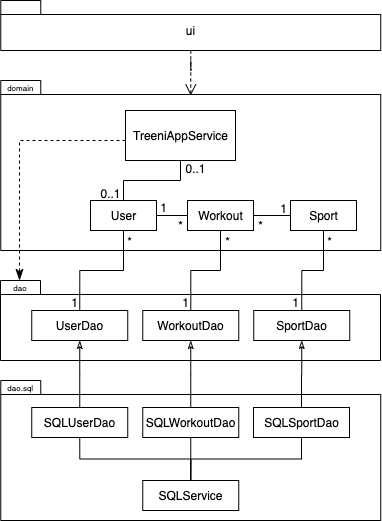
Above: dokumentaatio/kuvat/pakkauskaavio.png in teemuoksanen/ot-harjoitustyo (draw.io), before the change. Source tidied: cells renumbered, new cells last; positions are measured from the earlier drawing's top-left corner, leaving out a move shared by most shapes.
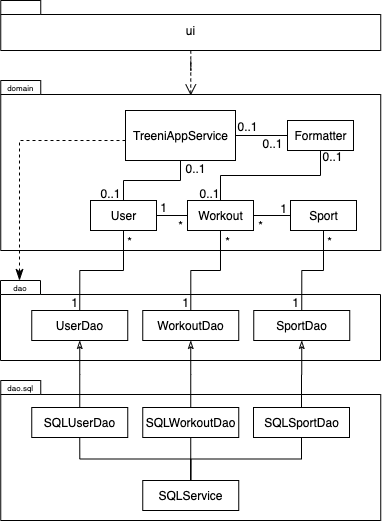
Above is the later version.

What changed in the source:
```diff
@@ -162,5 +162,34 @@
     <mxCell id="45" value="SQLSportDao" style="html=1;fontSize=12;" parent="1" vertex="1">
       <mxGeometry x="253" y="407" width="96" height="30" as="geometry" />
     </mxCell>
+    <mxCell id="46" style="edgeStyle=orthogonalEdgeStyle;rounded=0;jettySize=auto;html=1;exitX=0;exitY=0.5;exitDx=0;exitDy=0;entryX=1;entryY=0.5;entryDx=0;entryDy=0;endArrow=none;endFill=0;" parent="1" edge="1" source="48" target="9">
+      <mxGeometry relative="1" as="geometry" />
+    </mxCell>
+    <mxCell id="47" style="edgeStyle=orthogonalEdgeStyle;rounded=0;jettySize=auto;html=1;exitX=0.5;exitY=1;exitDx=0;exitDy=0;entryX=0.5;entryY=0;entryDx=0;entryDy=0;endArrow=none;endFill=0;" parent="1" edge="1" source="48" target="13">
+      <mxGeometry relative="1" as="geometry" />
+    </mxCell>
+    <mxCell id="48" value="Formatter" style="html=1;fontSize=12;" parent="1" vertex="1">
+      <mxGeometry x="287" y="120" width="66" height="30" as="geometry" />
+    </mxCell>
+    <mxCell id="49" value="0..1" style="text;html=1;align=center;verticalAlign=middle;fontSize=12;" parent="1" vertex="1">
+      <mxGeometry x="238.3" y="110" as="geometry">
+        <mxPoint x="8.7" y="15.3" as="offset" />
+      </mxGeometry>
+    </mxCell>
+    <mxCell id="50" value="0..1" style="text;html=1;align=center;verticalAlign=middle;fontSize=12;" parent="1" vertex="1">
+      <mxGeometry x="263" y="127" as="geometry">
+        <mxPoint x="8.7" y="15.3" as="offset" />
+      </mxGeometry>
+    </mxCell>
+    <mxCell id="51" value="0..1" style="text;html=1;align=center;verticalAlign=middle;fontSize=12;" parent="1" vertex="1">
+      <mxGeometry x="200" y="177" as="geometry">
+        <mxPoint x="8.7" y="15.3" as="offset" />
+      </mxGeometry>
+    </mxCell>
+    <mxCell id="52" value="0..1" style="text;html=1;align=center;verticalAlign=middle;fontSize=12;" parent="1" vertex="1">
+      <mxGeometry x="323" y="140" as="geometry">
+        <mxPoint x="8.7" y="15.3" as="offset" />
+      </mxGeometry>
+    </mxCell>
   </root>
 </mxGraphModel>
```
